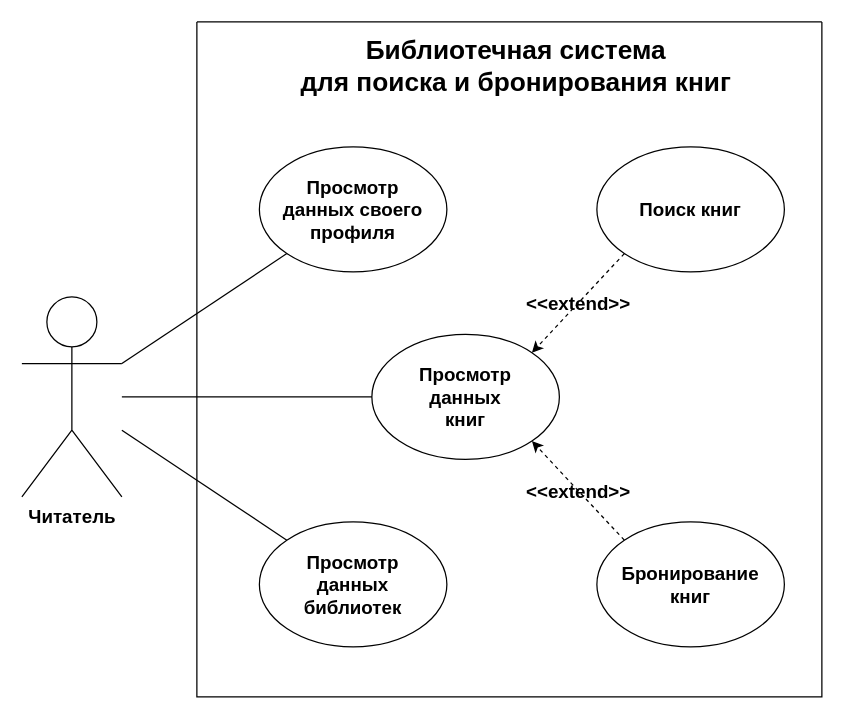
XOMAv2/library-system keeps this draw.io diagram as _doc/Конструкторский раздел/drawio/Диаграмма прецедентов. Читатель.drawio. Above is the earlier version. Source tidied: cells renumbered, new cells numbered last; positions are measured from the earlier drawing's top-left corner, leaving out a move shared by most shapes. Both pictures are drawn from the tidied source at 125%, with x=0, y=0 at pixel (21, 21).
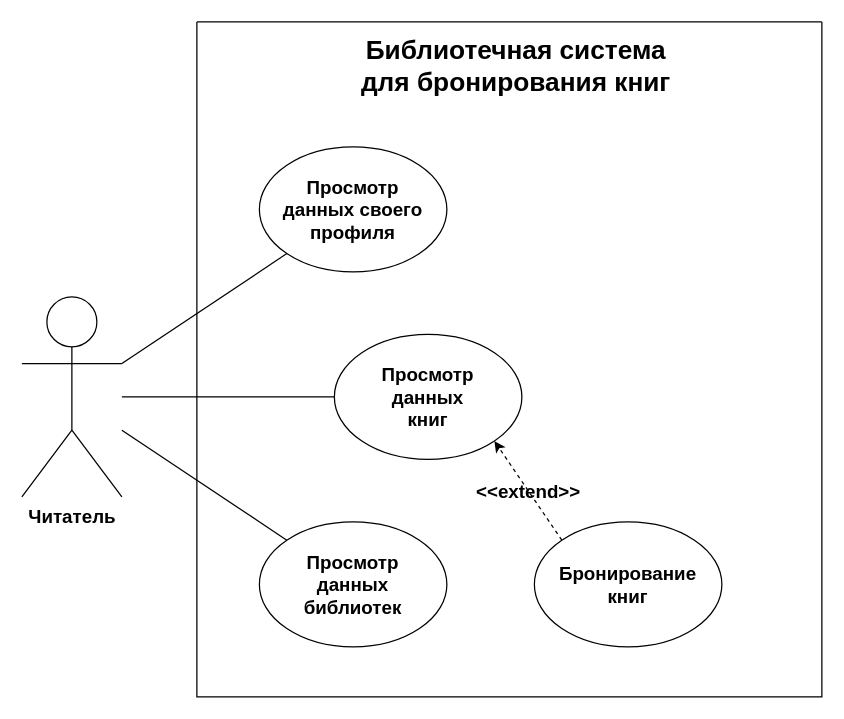
After the change.

The edit, as a diff of the source:
```diff
@@
 <mxGraphModel>
   <root>
     <mxCell id="0" />
     <mxCell id="1" parent="0" />
     <mxCell id="2" style="edgeStyle=none;rounded=0;jettySize=auto;html=1;entryX=0;entryY=0;entryDx=0;entryDy=0;endArrow=none;endFill=0;fontSize=15;fontStyle=1;labelBackgroundColor=none;" parent="1" edge="1" source="3" target="6">
       <mxGeometry relative="1" as="geometry" />
     </mxCell>
     <mxCell id="3" value="Читатель" style="shape=umlActor;verticalLabelPosition=bottom;verticalAlign=top;html=1;outlineConnect=0;fontSize=15;fontStyle=1;labelBackgroundColor=none;fillColor=none;" parent="1" vertex="1">
       <mxGeometry y="220" width="80" height="160" as="geometry" />
     </mxCell>
     <mxCell id="4" style="swimlane;startSize=0;fontSize=15;fontStyle=1;labelBackgroundColor=none;" parent="1" vertex="1">
       <mxGeometry x="140" width="500" height="540" as="geometry" />
     </mxCell>
-    <mxCell id="5" value="&lt;font style=&quot;font-size: 21px&quot;&gt;Библиотечная система&lt;br&gt;для поиска и бронирования книг&lt;/font&gt;" style="text;html=1;align=center;verticalAlign=middle;strokeColor=none;fontSize=15;fontStyle=1;labelBackgroundColor=none;" parent="4" vertex="1">
-      <mxGeometry x="70" y="10" width="370" height="50" as="geometry" />
+    <mxCell id="5" value="&lt;font style=&quot;font-size: 21px&quot;&gt;Библиотечная система&lt;br&gt;для&amp;nbsp;бронирования книг&lt;/font&gt;" style="text;html=1;align=center;verticalAlign=middle;strokeColor=none;fontSize=15;fontStyle=1;labelBackgroundColor=none;" parent="4" vertex="1">
+      <mxGeometry x="120" y="10" width="270" height="50" as="geometry" />
     </mxCell>
     <mxCell id="6" value="Просмотр&lt;br&gt;данных&lt;br&gt;библиотек" style="ellipse;whiteSpace=wrap;html=1;fontSize=15;fontStyle=1;labelBackgroundColor=none;fillColor=none;" parent="4" vertex="1">
       <mxGeometry x="50" y="400" width="150" height="100" as="geometry" />
     </mxCell>
     <mxCell id="7" value="Просмотр&lt;br&gt;данных&lt;br&gt;книг" style="ellipse;whiteSpace=wrap;html=1;fontSize=15;fontStyle=1;labelBackgroundColor=none;fillColor=none;" parent="4" vertex="1">
-      <mxGeometry x="140" y="250" width="150" height="100" as="geometry" />
+      <mxGeometry x="110" y="250" width="150" height="100" as="geometry" />
     </mxCell>
     <mxCell id="8" value="&lt;span style=&quot;font-weight: 700&quot;&gt;&amp;lt;&amp;lt;extend&amp;gt;&amp;gt;&lt;/span&gt;" style="edgeStyle=none;rounded=0;jettySize=auto;html=1;exitX=0;exitY=0;exitDx=0;exitDy=0;fontSize=15;startArrow=none;startFill=0;endArrow=classic;endFill=1;dashed=1;labelBackgroundColor=none;entryX=1;entryY=1;entryDx=0;entryDy=0;" parent="4" edge="1" source="9" target="7">
       <mxGeometry relative="1" as="geometry" />
     </mxCell>
     <mxCell id="9" value="Бронирование&lt;br&gt;книг" style="ellipse;whiteSpace=wrap;html=1;fontSize=15;fontStyle=1;labelBackgroundColor=none;fillColor=none;" parent="4" vertex="1">
-      <mxGeometry x="320" y="400" width="150" height="100" as="geometry" />
+      <mxGeometry x="270" y="400" width="150" height="100" as="geometry" />
     </mxCell>
     <mxCell id="10" value="Просмотр&lt;br&gt;данных своего&lt;br&gt;профиля" style="ellipse;whiteSpace=wrap;html=1;fontSize=15;fontStyle=1;labelBackgroundColor=none;fillColor=none;" parent="4" vertex="1">
       <mxGeometry x="50" y="100" width="150" height="100" as="geometry" />
     </mxCell>
-    <mxCell id="11" value="Поиск книг" style="ellipse;whiteSpace=wrap;html=1;fontSize=15;fontStyle=1;labelBackgroundColor=none;fillColor=none;" parent="4" vertex="1">
-      <mxGeometry x="320" y="100" width="150" height="100" as="geometry" />
-    </mxCell>
-    <mxCell id="12" value="&lt;span style=&quot;font-weight: 700&quot;&gt;&amp;lt;&amp;lt;extend&amp;gt;&amp;gt;&lt;/span&gt;" style="edgeStyle=none;rounded=0;jettySize=auto;html=1;exitX=0;exitY=1;exitDx=0;exitDy=0;fontSize=15;startArrow=none;startFill=0;endArrow=classic;endFill=1;dashed=1;labelBackgroundColor=none;entryX=1;entryY=0;entryDx=0;entryDy=0;" parent="4" edge="1" source="11" target="7">
-      <mxGeometry relative="1" as="geometry" />
-    </mxCell>
     <mxCell id="13" style="edgeStyle=none;rounded=0;jettySize=auto;html=1;fontSize=15;startArrow=none;startFill=0;endArrow=none;endFill=0;labelBackgroundColor=none;" parent="1" edge="1" source="7" target="3">
       <mxGeometry relative="1" as="geometry" />
     </mxCell>
     <mxCell id="14" style="endArrow=none;html=1;labelBackgroundColor=none;entryX=0;entryY=1;entryDx=0;entryDy=0;" parent="1" edge="1" source="3" target="10">
       <mxGeometry relative="1" as="geometry" />
     </mxCell>
   </root>
 </mxGraphModel>
```
